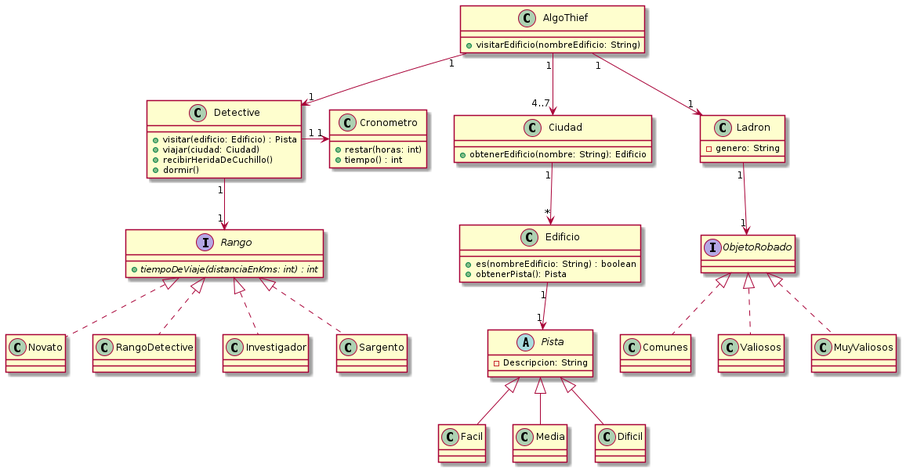
This is diagrams/classes/clase_general.png from MegaRedHand/algo-thief, a PlantUML export, as it was before one commit.
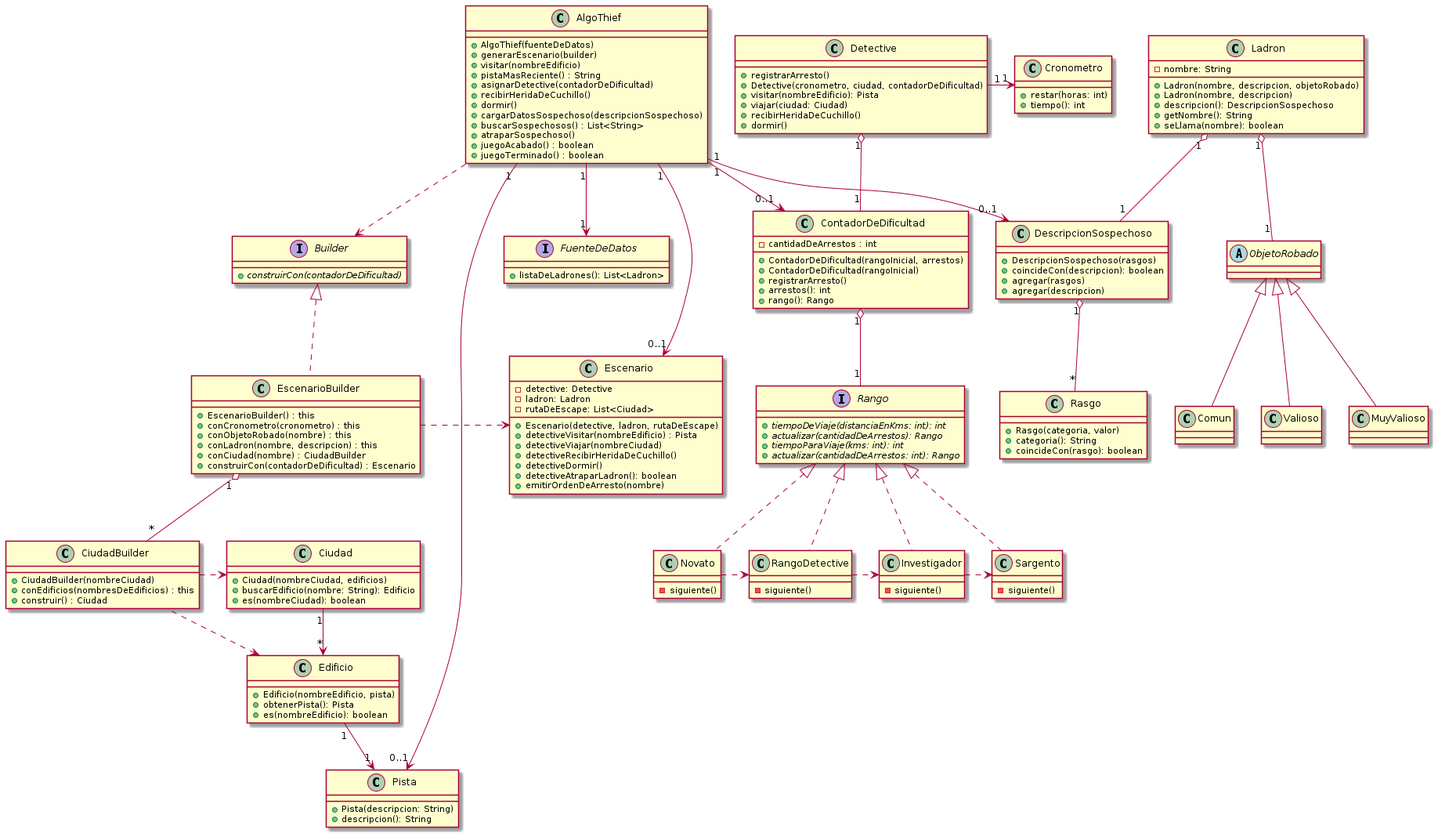
The same diagram one commit later.

Diff of the diagram source:
```diff
@@ -1,8 +1,11 @@
 @startuml
 
 !include clase_algothief.plantuml
-!include clase_pista.plantuml
+!include clase_builder.plantuml
+!include clase_rango.plantuml
+!include clase_ciudad.plantuml
 !include clase_ladron.plantuml
 !include clase_policia.plantuml
+!include clase_escenario.plantuml
 
 @enduml
```
